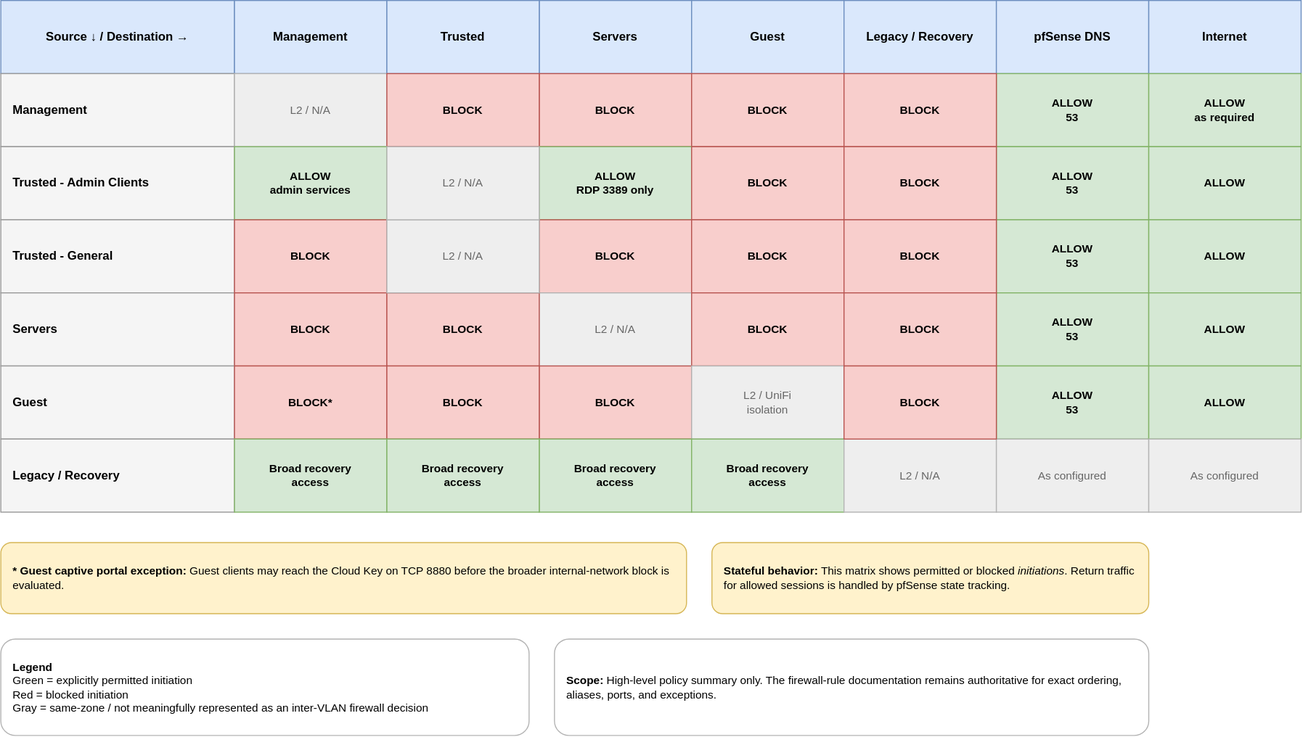
Before: diagrams/security-policy-matrix.svg, a diagram exported from draw.io (t-corliss/home-network-lab). Source tidied: cells renumbered, new cells last; positions are measured from the earlier drawing's top-left corner, leaving out a move shared by most shapes.
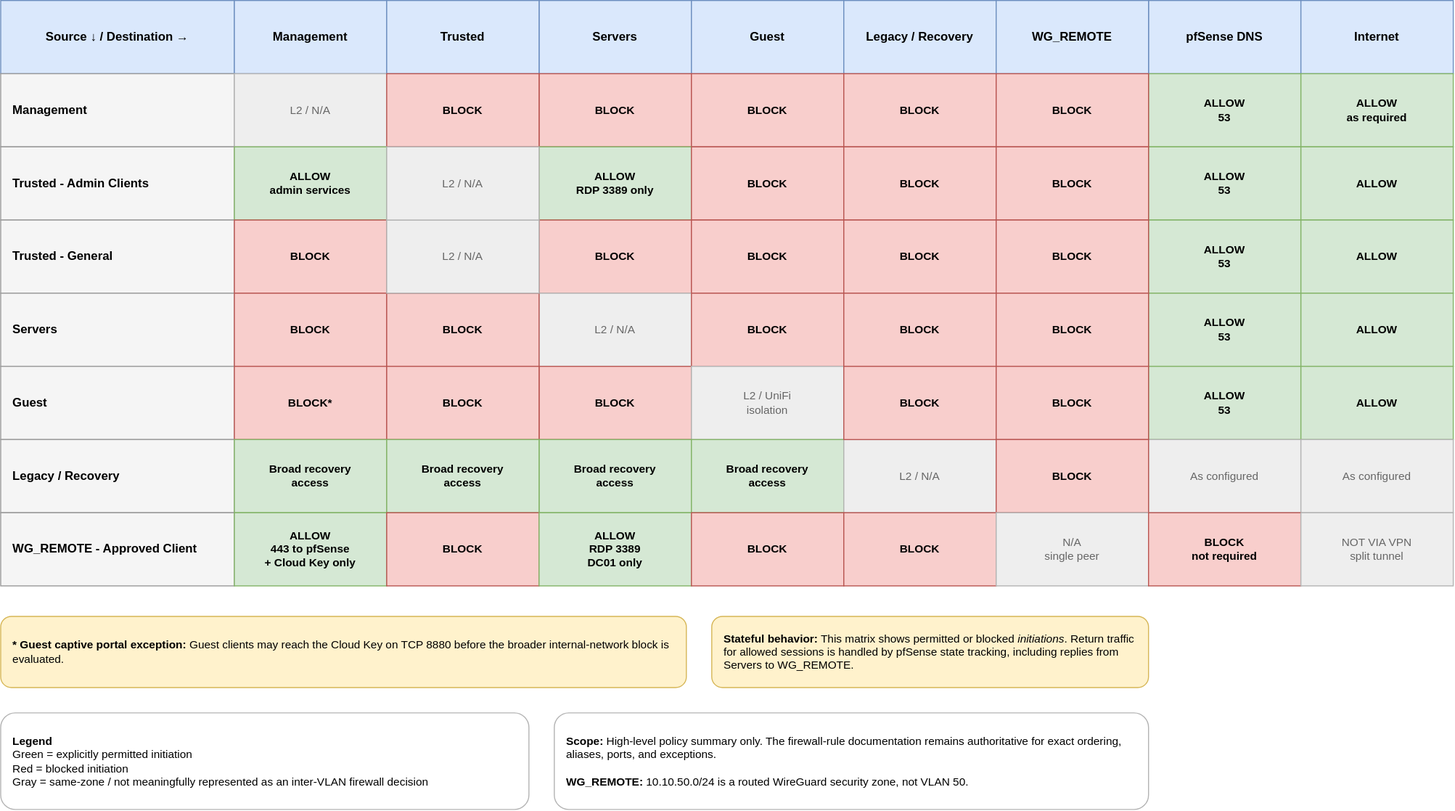
The same diagram one commit later.

Commit message:
Update firewall matrix for wiregaurd

Diff of the diagram source:
```diff
@@ -18,7 +18,7 @@
       <mxGeometry x="830" width="150" height="72" as="geometry" />
     </mxCell>
     <mxCell id="7" value="pfSense DNS" style="rounded=0;whiteSpace=wrap;html=1;align=center;verticalAlign=middle;fontSize=12;fontStyle=1;strokeWidth=1;fillColor=#dae8fc;strokeColor=#6c8ebf;" parent="1" vertex="1">
-      <mxGeometry x="980" width="150" height="72" as="geometry" />
+      <mxGeometry x="1130" width="150" height="72" as="geometry" />
     </mxCell>
     <mxCell id="8" value="Trusted" style="rounded=0;whiteSpace=wrap;html=1;align=center;verticalAlign=middle;fontSize=12;fontStyle=1;strokeWidth=1;fillColor=#dae8fc;strokeColor=#6c8ebf;" parent="1" vertex="1">
       <mxGeometry x="380" width="150" height="72" as="geometry" />
@@ -39,7 +39,7 @@
       <mxGeometry x="380" y="72" width="150" height="72" as="geometry" />
     </mxCell>
     <mxCell id="14" value="ALLOW&#10;53" style="rounded=0;whiteSpace=wrap;html=1;align=center;verticalAlign=middle;fontSize=11;fontStyle=1;strokeWidth=1;fillColor=#d5e8d4;strokeColor=#82b366;" parent="1" vertex="1">
-      <mxGeometry x="980" y="72" width="150" height="72" as="geometry" />
+      <mxGeometry x="1130" y="72" width="150" height="72" as="geometry" />
     </mxCell>
     <mxCell id="15" value="Trusted - Admin Clients" style="rounded=0;whiteSpace=wrap;html=1;align=left;verticalAlign=middle;spacingLeft=10;fontSize=12;fontStyle=1;strokeWidth=1;fillColor=#f5f5f5;strokeColor=#999999;" parent="1" vertex="1">
       <mxGeometry y="144" width="230" height="72" as="geometry" />
@@ -54,7 +54,7 @@
       <mxGeometry x="680" y="144" width="150" height="72" as="geometry" />
     </mxCell>
     <mxCell id="19" value="ALLOW&#10;53" style="rounded=0;whiteSpace=wrap;html=1;align=center;verticalAlign=middle;fontSize=11;fontStyle=1;strokeWidth=1;fillColor=#d5e8d4;strokeColor=#82b366;" parent="1" vertex="1">
-      <mxGeometry x="980" y="144" width="150" height="72" as="geometry" />
+      <mxGeometry x="1130" y="144" width="150" height="72" as="geometry" />
     </mxCell>
     <mxCell id="20" value="Trusted - General" style="rounded=0;whiteSpace=wrap;html=1;align=left;verticalAlign=middle;spacingLeft=10;fontSize=12;fontStyle=1;strokeWidth=1;fillColor=#f5f5f5;strokeColor=#999999;" parent="1" vertex="1">
       <mxGeometry y="216" width="230" height="72" as="geometry" />
@@ -69,7 +69,7 @@
       <mxGeometry x="680" y="216" width="150" height="72" as="geometry" />
     </mxCell>
     <mxCell id="24" value="ALLOW&#10;53" style="rounded=0;whiteSpace=wrap;html=1;align=center;verticalAlign=middle;fontSize=11;fontStyle=1;strokeWidth=1;fillColor=#d5e8d4;strokeColor=#82b366;" parent="1" vertex="1">
-      <mxGeometry x="980" y="216" width="150" height="72" as="geometry" />
+      <mxGeometry x="1130" y="216" width="150" height="72" as="geometry" />
     </mxCell>
     <mxCell id="25" value="Servers" style="rounded=0;whiteSpace=wrap;html=1;align=left;verticalAlign=middle;spacingLeft=10;fontSize=12;fontStyle=1;strokeWidth=1;fillColor=#f5f5f5;strokeColor=#999999;" parent="1" vertex="1">
       <mxGeometry y="288" width="230" height="72" as="geometry" />
@@ -87,7 +87,7 @@
       <mxGeometry x="380" y="288" width="150" height="72" as="geometry" />
     </mxCell>
     <mxCell id="30" value="ALLOW&#10;53" style="rounded=0;whiteSpace=wrap;html=1;align=center;verticalAlign=middle;fontSize=11;fontStyle=1;strokeWidth=1;fillColor=#d5e8d4;strokeColor=#82b366;" parent="1" vertex="1">
-      <mxGeometry x="980" y="288" width="150" height="72" as="geometry" />
+      <mxGeometry x="1130" y="288" width="150" height="72" as="geometry" />
     </mxCell>
     <mxCell id="31" value="Guest" style="rounded=0;whiteSpace=wrap;html=1;align=left;verticalAlign=middle;spacingLeft=10;fontSize=12;fontStyle=1;strokeWidth=1;fillColor=#f5f5f5;strokeColor=#999999;" parent="1" vertex="1">
       <mxGeometry y="360" width="230" height="72" as="geometry" />
@@ -105,7 +105,7 @@
       <mxGeometry x="380" y="360" width="150" height="72" as="geometry" />
     </mxCell>
     <mxCell id="36" value="ALLOW&#10;53" style="rounded=0;whiteSpace=wrap;html=1;align=center;verticalAlign=middle;fontSize=11;fontStyle=1;strokeWidth=1;fillColor=#d5e8d4;strokeColor=#82b366;" parent="1" vertex="1">
-      <mxGeometry x="980" y="360" width="150" height="72" as="geometry" />
+      <mxGeometry x="1130" y="360" width="150" height="72" as="geometry" />
     </mxCell>
     <mxCell id="37" value="Legacy / Recovery" style="rounded=0;whiteSpace=wrap;html=1;align=left;verticalAlign=middle;spacingLeft=10;fontSize=12;fontStyle=1;strokeWidth=1;fillColor=#f5f5f5;strokeColor=#999999;" parent="1" vertex="1">
       <mxGeometry y="432" width="230" height="72" as="geometry" />
@@ -123,40 +123,40 @@
       <mxGeometry x="830" y="432" width="150" height="72" as="geometry" />
     </mxCell>
     <mxCell id="42" value="As configured" style="rounded=0;whiteSpace=wrap;html=1;align=center;verticalAlign=middle;fontSize=11;strokeWidth=1;fillColor=#eeeeee;strokeColor=#b3b3b3;fontColor=#666666;" parent="1" vertex="1">
-      <mxGeometry x="980" y="432" width="150" height="72" as="geometry" />
+      <mxGeometry x="1130" y="432" width="150" height="72" as="geometry" />
     </mxCell>
     <mxCell id="43" value="&lt;b&gt;* Guest captive portal exception:&lt;/b&gt; Guest clients may reach the Cloud Key on TCP 8880 before the broader internal-network block is evaluated." style="rounded=1;whiteSpace=wrap;html=1;align=left;verticalAlign=middle;spacingLeft=10;fontSize=11;strokeWidth=1;fillColor=#fff2cc;strokeColor=#d6b656;" parent="1" vertex="1">
-      <mxGeometry y="534" width="675" height="70" as="geometry" />
+      <mxGeometry y="606" width="675" height="70" as="geometry" />
     </mxCell>
-    <mxCell id="44" value="&lt;b&gt;Stateful behavior:&lt;/b&gt; This matrix shows permitted or blocked &lt;i&gt;initiations&lt;/i&gt;. Return traffic for allowed sessions is handled by pfSense state tracking." style="rounded=1;whiteSpace=wrap;html=1;align=left;verticalAlign=middle;spacingLeft=10;fontSize=11;strokeWidth=1;fillColor=#fff2cc;strokeColor=#d6b656;" parent="1" vertex="1">
-      <mxGeometry x="700" y="534" width="430" height="70" as="geometry" />
+    <mxCell id="44" value="&lt;b&gt;Stateful behavior:&lt;/b&gt; This matrix shows permitted or blocked &lt;i&gt;initiations&lt;/i&gt;. Return traffic for allowed sessions is handled by pfSense state tracking, including replies from Servers to WG_REMOTE." style="rounded=1;whiteSpace=wrap;html=1;align=left;verticalAlign=middle;spacingLeft=10;fontSize=11;strokeWidth=1;fillColor=#fff2cc;strokeColor=#d6b656;" parent="1" vertex="1">
+      <mxGeometry x="700" y="606" width="430" height="70" as="geometry" />
     </mxCell>
     <mxCell id="45" value="&lt;b&gt;Legend&lt;/b&gt;&lt;br&gt;Green = explicitly permitted initiation&lt;br&gt;Red = blocked initiation&lt;br&gt;Gray = same-zone / not meaningfully represented as an inter-VLAN firewall decision" style="rounded=1;whiteSpace=wrap;html=1;align=left;verticalAlign=middle;spacingLeft=10;fontSize=11;strokeWidth=1;fillColor=#ffffff;strokeColor=#b3b3b3;" parent="1" vertex="1">
-      <mxGeometry y="629" width="520" height="95" as="geometry" />
+      <mxGeometry y="701" width="520" height="95" as="geometry" />
     </mxCell>
-    <mxCell id="46" value="&lt;b&gt;Scope:&lt;/b&gt; High-level policy summary only. The firewall-rule documentation remains authoritative for exact ordering, aliases, ports, and exceptions." style="rounded=1;whiteSpace=wrap;html=1;align=left;verticalAlign=middle;spacingLeft=10;fontSize=11;strokeWidth=1;fillColor=#ffffff;strokeColor=#b3b3b3;" parent="1" vertex="1">
-      <mxGeometry x="545" y="629" width="585" height="95" as="geometry" />
+    <mxCell id="46" value="&lt;b&gt;Scope:&lt;/b&gt; High-level policy summary only. The firewall-rule documentation remains authoritative for exact ordering, aliases, ports, and exceptions.&lt;br&gt;&lt;br&gt;&lt;b&gt;WG_REMOTE:&lt;/b&gt; 10.10.50.0/24 is a routed WireGuard security zone, not VLAN 50." style="rounded=1;whiteSpace=wrap;html=1;align=left;verticalAlign=middle;spacingLeft=10;fontSize=11;strokeWidth=1;fillColor=#ffffff;strokeColor=#b3b3b3;" parent="1" vertex="1">
+      <mxGeometry x="545" y="701" width="585" height="95" as="geometry" />
     </mxCell>
     <mxCell id="47" value="Internet" style="rounded=0;whiteSpace=wrap;html=1;align=center;verticalAlign=middle;fontSize=12;fontStyle=1;strokeWidth=1;fillColor=#dae8fc;strokeColor=#6c8ebf;" parent="1" vertex="1">
-      <mxGeometry x="1130" width="150" height="72" as="geometry" />
+      <mxGeometry x="1280" width="150" height="72" as="geometry" />
     </mxCell>
     <mxCell id="48" value="ALLOW&#10;as required" style="rounded=0;whiteSpace=wrap;html=1;align=center;verticalAlign=middle;fontSize=11;fontStyle=1;strokeWidth=1;fillColor=#d5e8d4;strokeColor=#82b366;" parent="1" vertex="1">
-      <mxGeometry x="1130" y="72" width="150" height="72" as="geometry" />
+      <mxGeometry x="1280" y="72" width="150" height="72" as="geometry" />
     </mxCell>
     <mxCell id="49" value="ALLOW" style="rounded=0;whiteSpace=wrap;html=1;align=center;verticalAlign=middle;fontSize=11;fontStyle=1;strokeWidth=1;fillColor=#d5e8d4;strokeColor=#82b366;" parent="1" vertex="1">
-      <mxGeometry x="1130" y="144" width="150" height="72" as="geometry" />
+      <mxGeometry x="1280" y="144" width="150" height="72" as="geometry" />
     </mxCell>
     <mxCell id="50" value="ALLOW" style="rounded=0;whiteSpace=wrap;html=1;align=center;verticalAlign=middle;fontSize=11;fontStyle=1;strokeWidth=1;fillColor=#d5e8d4;strokeColor=#82b366;" parent="1" vertex="1">
-      <mxGeometry x="1130" y="216" width="150" height="72" as="geometry" />
+      <mxGeometry x="1280" y="216" width="150" height="72" as="geometry" />
     </mxCell>
     <mxCell id="51" value="ALLOW" style="rounded=0;whiteSpace=wrap;html=1;align=center;verticalAlign=middle;fontSize=11;fontStyle=1;strokeWidth=1;fillColor=#d5e8d4;strokeColor=#82b366;" parent="1" vertex="1">
-      <mxGeometry x="1130" y="288" width="150" height="72" as="geometry" />
+      <mxGeometry x="1280" y="288" width="150" height="72" as="geometry" />
     </mxCell>
     <mxCell id="52" value="ALLOW" style="rounded=0;whiteSpace=wrap;html=1;align=center;verticalAlign=middle;fontSize=11;fontStyle=1;strokeWidth=1;fillColor=#d5e8d4;strokeColor=#82b366;" parent="1" vertex="1">
-      <mxGeometry x="1130" y="360" width="150" height="72" as="geometry" />
+      <mxGeometry x="1280" y="360" width="150" height="72" as="geometry" />
     </mxCell>
     <mxCell id="53" value="As configured" style="rounded=0;whiteSpace=wrap;html=1;align=center;verticalAlign=middle;fontSize=11;strokeWidth=1;fillColor=#eeeeee;strokeColor=#b3b3b3;fontColor=#666666;" parent="1" vertex="1">
-      <mxGeometry x="1130" y="432" width="150" height="72" as="geometry" />
+      <mxGeometry x="1280" y="432" width="150" height="72" as="geometry" />
     </mxCell>
     <mxCell id="54" value="BLOCK" style="rounded=0;whiteSpace=wrap;html=1;align=center;verticalAlign=middle;fontSize=11;fontStyle=1;strokeWidth=1;fillColor=#f8cecc;strokeColor=#b85450;" parent="1" vertex="1">
       <mxGeometry x="830" y="72" width="150" height="72" as="geometry" />
@@ -182,5 +182,53 @@
     <mxCell id="61" value="Broad recovery&#10;access" style="rounded=0;whiteSpace=wrap;html=1;align=center;verticalAlign=middle;fontSize=11;fontStyle=1;strokeWidth=1;fillColor=#d5e8d4;strokeColor=#82b366;" parent="1" vertex="1">
       <mxGeometry x="380" y="432" width="150" height="72" as="geometry" />
     </mxCell>
+    <mxCell id="62" value="WG_REMOTE" style="rounded=0;whiteSpace=wrap;html=1;align=center;verticalAlign=middle;fontSize=12;fontStyle=1;strokeWidth=1;fillColor=#dae8fc;strokeColor=#6c8ebf;" parent="1" vertex="1">
+      <mxGeometry x="980" width="150" height="72" as="geometry" />
+    </mxCell>
+    <mxCell id="63" value="BLOCK" style="rounded=0;whiteSpace=wrap;html=1;align=center;verticalAlign=middle;fontSize=11;fontStyle=1;strokeWidth=1;fillColor=#f8cecc;strokeColor=#b85450;" parent="1" vertex="1">
+      <mxGeometry x="980" y="72" width="150" height="72" as="geometry" />
+    </mxCell>
+    <mxCell id="64" value="BLOCK" style="rounded=0;whiteSpace=wrap;html=1;align=center;verticalAlign=middle;fontSize=11;fontStyle=1;strokeWidth=1;fillColor=#f8cecc;strokeColor=#b85450;" parent="1" vertex="1">
+      <mxGeometry x="980" y="144" width="150" height="72" as="geometry" />
+    </mxCell>
+    <mxCell id="65" value="BLOCK" style="rounded=0;whiteSpace=wrap;html=1;align=center;verticalAlign=middle;fontSize=11;fontStyle=1;strokeWidth=1;fillColor=#f8cecc;strokeColor=#b85450;" parent="1" vertex="1">
+      <mxGeometry x="980" y="216" width="150" height="72" as="geometry" />
+    </mxCell>
+    <mxCell id="66" value="BLOCK" style="rounded=0;whiteSpace=wrap;html=1;align=center;verticalAlign=middle;fontSize=11;fontStyle=1;strokeWidth=1;fillColor=#f8cecc;strokeColor=#b85450;" parent="1" vertex="1">
+      <mxGeometry x="980" y="288" width="150" height="72" as="geometry" />
+    </mxCell>
+    <mxCell id="67" value="BLOCK" style="rounded=0;whiteSpace=wrap;html=1;align=center;verticalAlign=middle;fontSize=11;fontStyle=1;strokeWidth=1;fillColor=#f8cecc;strokeColor=#b85450;" parent="1" vertex="1">
+      <mxGeometry x="980" y="360" width="150" height="72" as="geometry" />
+    </mxCell>
+    <mxCell id="68" value="BLOCK" style="rounded=0;whiteSpace=wrap;html=1;align=center;verticalAlign=middle;fontSize=11;fontStyle=1;strokeWidth=1;fillColor=#f8cecc;strokeColor=#b85450;" parent="1" vertex="1">
+      <mxGeometry x="980" y="432" width="150" height="72" as="geometry" />
+    </mxCell>
+    <mxCell id="69" value="WG_REMOTE - Approved Client" style="rounded=0;whiteSpace=wrap;html=1;align=left;verticalAlign=middle;spacingLeft=10;fontSize=12;fontStyle=1;strokeWidth=1;fillColor=#f5f5f5;strokeColor=#999999;" parent="1" vertex="1">
+      <mxGeometry y="504" width="230" height="72" as="geometry" />
+    </mxCell>
+    <mxCell id="70" value="ALLOW&#10;443 to pfSense&#10;+ Cloud Key only" style="rounded=0;whiteSpace=wrap;html=1;align=center;verticalAlign=middle;fontSize=11;fontStyle=1;strokeWidth=1;fillColor=#d5e8d4;strokeColor=#82b366;" parent="1" vertex="1">
+      <mxGeometry x="230" y="504" width="150" height="72" as="geometry" />
+    </mxCell>
+    <mxCell id="71" value="BLOCK" style="rounded=0;whiteSpace=wrap;html=1;align=center;verticalAlign=middle;fontSize=11;fontStyle=1;strokeWidth=1;fillColor=#f8cecc;strokeColor=#b85450;" parent="1" vertex="1">
+      <mxGeometry x="380" y="504" width="150" height="72" as="geometry" />
+    </mxCell>
+    <mxCell id="72" value="ALLOW&#10;RDP 3389&#10;DC01 only" style="rounded=0;whiteSpace=wrap;html=1;align=center;verticalAlign=middle;fontSize=11;fontStyle=1;strokeWidth=1;fillColor=#d5e8d4;strokeColor=#82b366;" parent="1" vertex="1">
+      <mxGeometry x="530" y="504" width="150" height="72" as="geometry" />
+    </mxCell>
+    <mxCell id="73" value="BLOCK" style="rounded=0;whiteSpace=wrap;html=1;align=center;verticalAlign=middle;fontSize=11;fontStyle=1;strokeWidth=1;fillColor=#f8cecc;strokeColor=#b85450;" parent="1" vertex="1">
+      <mxGeometry x="680" y="504" width="150" height="72" as="geometry" />
+    </mxCell>
+    <mxCell id="74" value="BLOCK" style="rounded=0;whiteSpace=wrap;html=1;align=center;verticalAlign=middle;fontSize=11;fontStyle=1;strokeWidth=1;fillColor=#f8cecc;strokeColor=#b85450;" parent="1" vertex="1">
+      <mxGeometry x="830" y="504" width="150" height="72" as="geometry" />
+    </mxCell>
+    <mxCell id="75" value="N/A&#10;single peer" style="rounded=0;whiteSpace=wrap;html=1;align=center;verticalAlign=middle;fontSize=11;strokeWidth=1;fillColor=#eeeeee;strokeColor=#b3b3b3;fontColor=#666666;" parent="1" vertex="1">
+      <mxGeometry x="980" y="504" width="150" height="72" as="geometry" />
+    </mxCell>
+    <mxCell id="76" value="BLOCK&#10;not required" style="rounded=0;whiteSpace=wrap;html=1;align=center;verticalAlign=middle;fontSize=11;fontStyle=1;strokeWidth=1;fillColor=#f8cecc;strokeColor=#b85450;" parent="1" vertex="1">
+      <mxGeometry x="1130" y="504" width="150" height="72" as="geometry" />
+    </mxCell>
+    <mxCell id="77" value="NOT VIA VPN&#10;split tunnel" style="rounded=0;whiteSpace=wrap;html=1;align=center;verticalAlign=middle;fontSize=11;strokeWidth=1;fillColor=#eeeeee;strokeColor=#b3b3b3;fontColor=#666666;" parent="1" vertex="1">
+      <mxGeometry x="1280" y="504" width="150" height="72" as="geometry" />
+    </mxCell>
   </root>
 </mxGraphModel>
```
